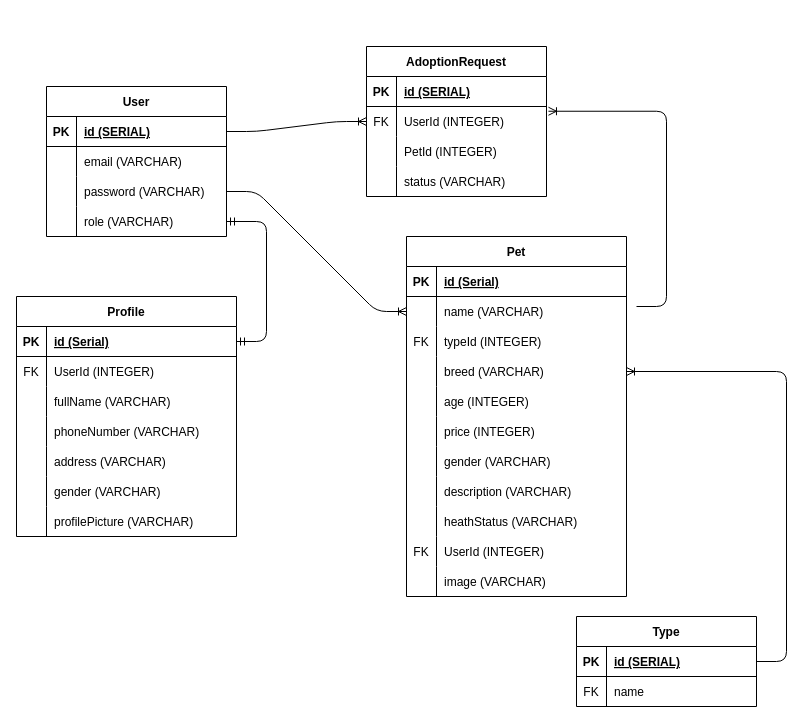
Earlier version of the draw.io diagram erd.drawio (RianFarhan07/petHug). Source tidied: cells renumbered, new cells numbered last; positions are measured from the earlier drawing's top-left corner, leaving out a move shared by most shapes. Both pictures are drawn from the tidied source at 100%, with x=0, y=0 at pixel (16, 46).
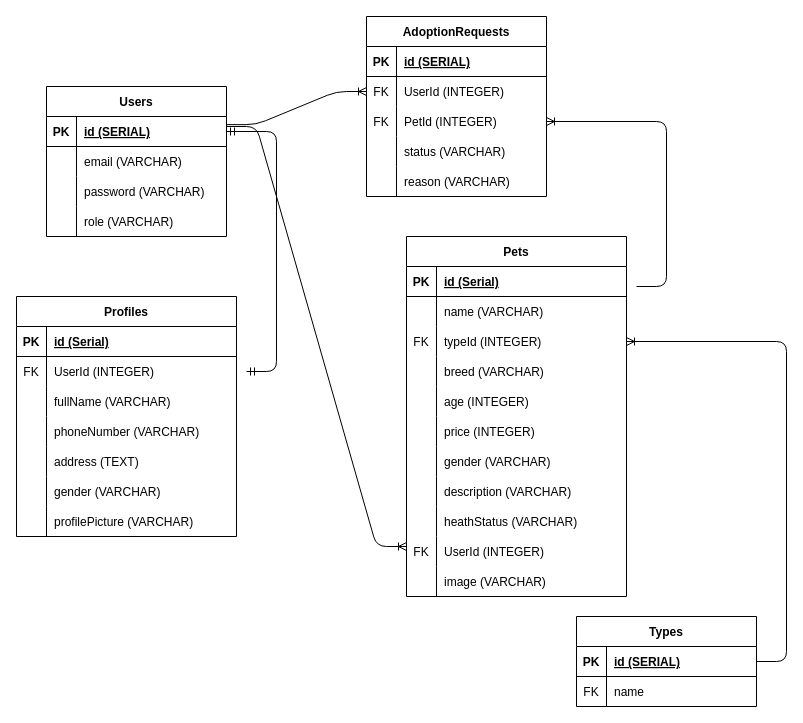
The same diagram, later.

The change refers to these unchanged cells:
```xml
<mxCell id="3" style="shape=tableRow;horizontal=0;startSize=0;swimlaneHead=0;swimlaneBody=0;fillColor=none;points=[[0,0.5],[1,0.5]];portConstraint=eastwest;top=0;left=0;right=0;bottom=1;" parent="2" vertex="1">
  <mxGeometry y="30" width="180" height="30" as="geometry" />
</mxCell>
<mxCell id="9" style="shape=tableRow;horizontal=0;startSize=0;swimlaneHead=0;swimlaneBody=0;fillColor=none;points=[[0,0.5],[1,0.5]];portConstraint=eastwest;top=0;left=0;right=0;bottom=0;" parent="2" vertex="1">
  <mxGeometry y="90" width="180" height="30" as="geometry" />
</mxCell>
<mxCell id="12" style="shape=tableRow;horizontal=0;startSize=0;swimlaneHead=0;swimlaneBody=0;fillColor=none;points=[[0,0.5],[1,0.5]];portConstraint=eastwest;top=0;left=0;right=0;bottom=0;" parent="2" vertex="1">
  <mxGeometry y="120" width="180" height="30" as="geometry" />
</mxCell>
<mxCell id="16" style="shape=tableRow;horizontal=0;startSize=0;swimlaneHead=0;swimlaneBody=0;fillColor=none;points=[[0,0.5],[1,0.5]];portConstraint=eastwest;top=0;left=0;right=0;bottom=1;" parent="15" vertex="1">
  <mxGeometry y="30" width="220" height="30" as="geometry" />
</mxCell>
<mxCell id="28" style="shape=tableRow;horizontal=0;startSize=0;swimlaneHead=0;swimlaneBody=0;fillColor=none;top=0;left=0;right=0;bottom=0;" parent="15" vertex="1">
  <mxGeometry y="150" width="220" height="30" as="geometry" />
</mxCell>
<mxCell id="42" style="shape=tableRow;horizontal=0;startSize=0;swimlaneHead=0;swimlaneBody=0;fillColor=none;points=[[0,0.5],[1,0.5]];portConstraint=eastwest;top=0;left=0;right=0;bottom=0;" parent="38" vertex="1">
  <mxGeometry y="60" width="180" height="30" as="geometry" />
</mxCell>
<mxCell id="45" style="shape=tableRow;horizontal=0;startSize=0;swimlaneHead=0;swimlaneBody=0;fillColor=none;points=[[0,0.5],[1,0.5]];portConstraint=eastwest;top=0;left=0;right=0;bottom=0;" parent="38" vertex="1">
  <mxGeometry y="90" width="180" height="30" as="geometry" />
</mxCell>
<mxCell id="55" style="shape=tableRow;horizontal=0;startSize=0;swimlaneHead=0;swimlaneBody=0;fillColor=none;points=[[0,0.5],[1,0.5]];portConstraint=eastwest;top=0;left=0;right=0;bottom=0;" parent="51" vertex="1">
  <mxGeometry y="60" width="220" height="30" as="geometry" />
</mxCell>
<mxCell id="58" style="shape=tableRow;horizontal=0;startSize=0;swimlaneHead=0;swimlaneBody=0;fillColor=none;points=[[0,0.5],[1,0.5]];portConstraint=eastwest;top=0;left=0;right=0;bottom=0;" parent="51" vertex="1">
  <mxGeometry y="90" width="220" height="30" as="geometry" />
</mxCell>
<mxCell id="61" style="shape=tableRow;horizontal=0;startSize=0;swimlaneHead=0;swimlaneBody=0;fillColor=none;points=[[0,0.5],[1,0.5]];portConstraint=eastwest;top=0;left=0;right=0;bottom=0;" parent="51" vertex="1">
  <mxGeometry y="120" width="220" height="30" as="geometry" />
</mxCell>
<mxCell id="86" style="shape=tableRow;horizontal=0;startSize=0;swimlaneHead=0;swimlaneBody=0;fillColor=none;points=[[0,0.5],[1,0.5]];portConstraint=eastwest;top=0;left=0;right=0;bottom=1;" parent="85" vertex="1">
  <mxGeometry y="30" width="180" height="30" as="geometry" />
</mxCell>
```

What changed in the source:
```diff
@@
-    <mxCell id="2" value="User" style="shape=table;startSize=30;childLayout=tableLayout;rowLines=0;fontStyle=1;align=center;" parent="1" vertex="1">
+    <mxCell id="2" value="Users" style="shape=table;startSize=30;childLayout=tableLayout;rowLines=0;fontStyle=1;align=center;" parent="1" vertex="1">
       <mxGeometry x="30" y="40" width="180" height="150" as="geometry" />
     </mxCell>
@@
-    <mxCell id="15" value="Profile" style="shape=table;startSize=30;childLayout=tableLayout;rowLines=0;fontStyle=1;align=center;" parent="1" vertex="1">
+    <mxCell id="15" value="Profiles" style="shape=table;startSize=30;childLayout=tableLayout;rowLines=0;fontStyle=1;align=center;" parent="1" vertex="1">
       <mxGeometry y="250" width="220" height="240" as="geometry" />
     </mxCell>
@@
-    <mxCell id="30" value="address (VARCHAR)" style="shape=partialRectangle;fillColor=none;top=0;left=0;bottom=0;right=0;align=left;spacingLeft=6;overflow=hidden;" parent="28" vertex="1">
+    <mxCell id="30" value="address (TEXT)" style="shape=partialRectangle;fillColor=none;top=0;left=0;bottom=0;right=0;align=left;spacingLeft=6;overflow=hidden;" parent="28" vertex="1">
       <mxGeometry x="30" width="190" height="30" as="geometry" />
     </mxCell>
@@
-    <mxCell id="37" style="edgeStyle=entityRelationEdgeStyle;fontSize=12;html=1;endArrow=ERmandOne;startArrow=ERmandOne;entryX=1;entryY=0.5;entryDx=0;entryDy=0;" parent="1" edge="1" source="16" target="12">
-      <mxGeometry relative="1" as="geometry" />
+    <mxCell id="37" style="edgeStyle=entityRelationEdgeStyle;fontSize=12;html=1;endArrow=ERmandOne;startArrow=ERmandOne;entryX=1;entryY=0.5;entryDx=0;entryDy=0;" parent="1" edge="1" target="3">
+      <mxGeometry relative="1" as="geometry">
+        <mxPoint x="230" y="325" as="sourcePoint" />
+      </mxGeometry>
     </mxCell>
-    <mxCell id="38" value="AdoptionRequest" style="shape=table;startSize=30;childLayout=tableLayout;rowLines=0;fontStyle=1;align=center;" parent="1" vertex="1">
-      <mxGeometry x="350" width="180" height="150" as="geometry" />
+    <mxCell id="38" value="AdoptionRequests" style="shape=table;startSize=30;childLayout=tableLayout;rowLines=0;fontStyle=1;align=center;" parent="1" vertex="1">
+      <mxGeometry x="350" y="-30" width="180" height="180" as="geometry" />
     </mxCell>
@@
-    <mxCell id="46" style="shape=partialRectangle;fillColor=none;top=0;left=0;bottom=0;right=0;overflow=hidden;" parent="45" vertex="1">
+    <mxCell id="46" value="FK" style="shape=partialRectangle;fillColor=none;top=0;left=0;bottom=0;right=0;overflow=hidden;" parent="45" vertex="1">
       <mxGeometry width="30" height="30" as="geometry" />
     </mxCell>
@@
+    <mxCell id="96" style="shape=tableRow;horizontal=0;startSize=0;swimlaneHead=0;swimlaneBody=0;fillColor=none;top=0;left=0;right=0;bottom=0;" parent="38" vertex="1">
+      <mxGeometry y="150" width="180" height="30" as="geometry" />
+    </mxCell>
+    <mxCell id="97" style="shape=partialRectangle;fillColor=none;top=0;left=0;bottom=0;right=0;overflow=hidden;" parent="96" vertex="1">
+      <mxGeometry width="30" height="30" as="geometry" />
+    </mxCell>
+    <mxCell id="98" value="reason (VARCHAR)" style="shape=partialRectangle;fillColor=none;top=0;left=0;bottom=0;right=0;align=left;spacingLeft=6;overflow=hidden;" parent="96" vertex="1">
+      <mxGeometry x="30" width="150" height="30" as="geometry" />
+    </mxCell>
-    <mxCell id="51" value="Pet" style="shape=table;startSize=30;childLayout=tableLayout;rowLines=0;fontStyle=1;align=center;" parent="1" vertex="1">
+    <mxCell id="51" value="Pets" style="shape=table;startSize=30;childLayout=tableLayout;rowLines=0;fontStyle=1;align=center;" parent="1" vertex="1">
       <mxGeometry x="390" y="190" width="220" height="360" as="geometry" />
     </mxCell>
@@
-    <mxCell id="85" value="Type" style="shape=table;startSize=30;childLayout=tableLayout;rowLines=0;fontStyle=1;align=center;" parent="1" vertex="1">
+    <mxCell id="85" value="Types" style="shape=table;startSize=30;childLayout=tableLayout;rowLines=0;fontStyle=1;align=center;" parent="1" vertex="1">
       <mxGeometry x="560" y="570" width="180" height="90" as="geometry" />
     </mxCell>
@@
-    <mxCell id="92" style="edgeStyle=entityRelationEdgeStyle;fontSize=12;html=1;endArrow=ERoneToMany;entryX=1;entryY=0.5;entryDx=0;entryDy=0;" parent="1" edge="1" source="86" target="61">
+    <mxCell id="92" style="edgeStyle=entityRelationEdgeStyle;fontSize=12;html=1;endArrow=ERoneToMany;entryX=1;entryY=0.5;entryDx=0;entryDy=0;" parent="1" edge="1" source="86" target="58">
       <mxGeometry relative="1" as="geometry" />
     </mxCell>
-    <mxCell id="93" style="edgeStyle=entityRelationEdgeStyle;fontSize=12;html=1;endArrow=ERoneToMany;exitX=1;exitY=0.5;exitDx=0;exitDy=0;entryX=0;entryY=0.5;entryDx=0;entryDy=0;" parent="1" edge="1" source="9" target="55">
-      <mxGeometry relative="1" as="geometry" />
+    <mxCell id="93" style="edgeStyle=entityRelationEdgeStyle;fontSize=12;html=1;endArrow=ERoneToMany;" parent="1" edge="1">
+      <mxGeometry relative="1" as="geometry">
+        <mxPoint x="210" y="80" as="sourcePoint" />
+        <mxPoint x="390" y="500" as="targetPoint" />
+      </mxGeometry>
     </mxCell>
-    <mxCell id="94" style="edgeStyle=entityRelationEdgeStyle;fontSize=12;html=1;endArrow=ERoneToMany;exitX=1;exitY=0.5;exitDx=0;exitDy=0;entryX=0;entryY=0.5;entryDx=0;entryDy=0;" parent="1" edge="1" source="3" target="42">
+    <mxCell id="94" style="edgeStyle=entityRelationEdgeStyle;fontSize=12;html=1;endArrow=ERoneToMany;exitX=0.998;exitY=0.271;exitDx=0;exitDy=0;entryX=0;entryY=0.5;entryDx=0;entryDy=0;exitPerimeter=0;" parent="1" edge="1" source="3" target="42">
       <mxGeometry relative="1" as="geometry" />
     </mxCell>
-    <mxCell id="95" style="edgeStyle=entityRelationEdgeStyle;fontSize=12;html=1;endArrow=ERoneToMany;entryX=1.011;entryY=0.158;entryDx=0;entryDy=0;entryPerimeter=0;" parent="1" edge="1" target="42">
+    <mxCell id="95" style="edgeStyle=entityRelationEdgeStyle;fontSize=12;html=1;endArrow=ERoneToMany;entryX=1;entryY=0.5;entryDx=0;entryDy=0;" parent="1" edge="1" target="45">
       <mxGeometry relative="1" as="geometry">
-        <mxPoint x="620" y="260" as="sourcePoint" />
+        <mxPoint x="620" y="240" as="sourcePoint" />
       </mxGeometry>
     </mxCell>
```
